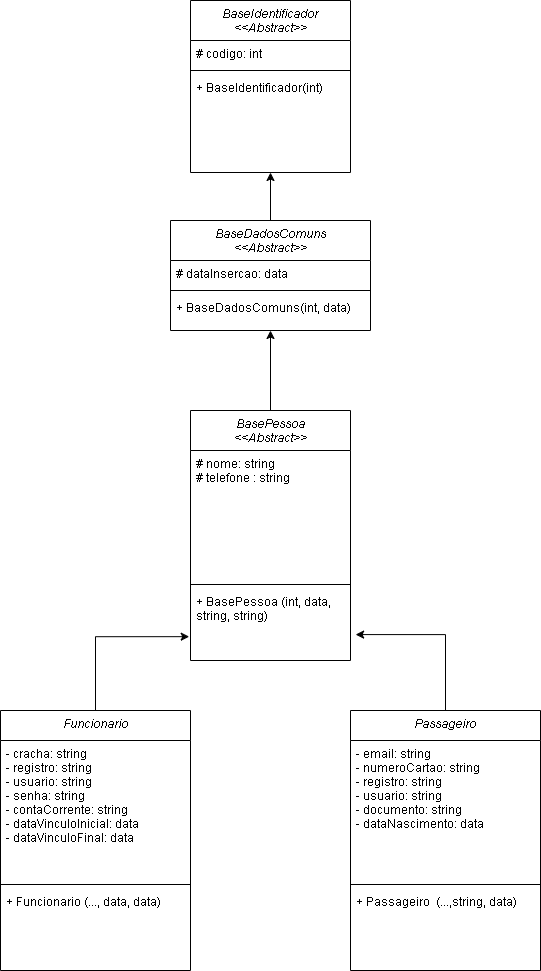
Above: DIAGRAMA ATIVIDADE 04.drawio.png in LipeCoelho21/atividade-04 (draw.io), before the change. Source tidied: cells renumbered, new cells last; positions are measured from the earlier drawing's top-left corner, leaving out a move shared by most shapes.
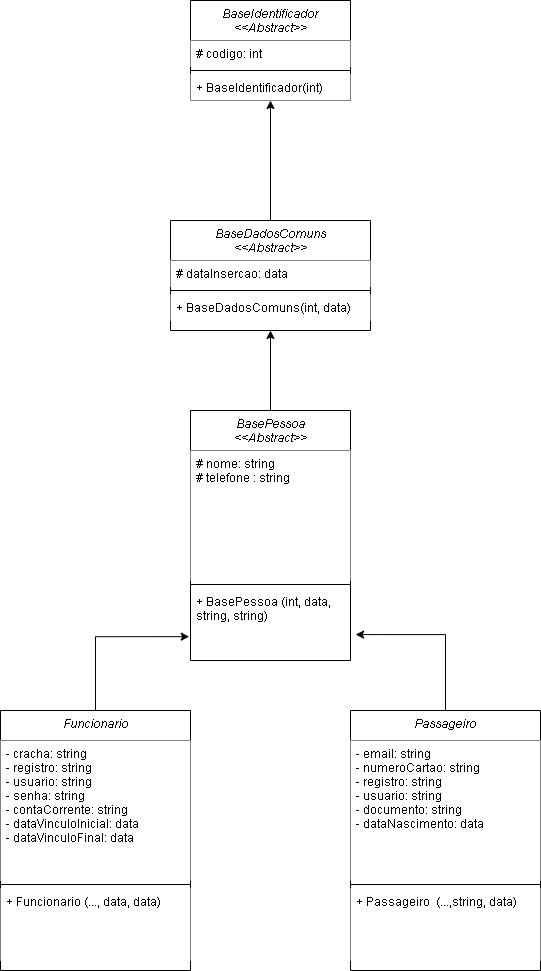
After the commit.

Change to the diagram source:
```diff
@@ -2,31 +2,31 @@
   <root>
     <mxCell id="0" />
     <mxCell id="1" parent="0" />
-    <mxCell id="2" value="BaseIdentificador&#10;&lt;&lt;Abstract&gt;&gt;" style="swimlane;fontStyle=2;align=center;verticalAlign=top;horizontal=1;startSize=40;rounded=0;shadow=0;strokeWidth=1;" parent="1" vertex="1">
-      <mxGeometry x="190" width="160" height="172" as="geometry" />
+    <mxCell id="2" value="BaseIdentificador&#10;&lt;&lt;Abstract&gt;&gt;" style="swimlane;fontStyle=2;align=center;verticalAlign=top;horizontal=1;startSize=40;rounded=0;shadow=0;strokeWidth=1;fillColor=default;strokeColor=default;fillStyle=solid;" parent="1" vertex="1">
+      <mxGeometry x="190" width="160" height="100" as="geometry" />
     </mxCell>
-    <mxCell id="3" value="# codigo: int" style="text;align=left;verticalAlign=top;spacingLeft=4;spacingRight=4;overflow=hidden;" parent="2" vertex="1">
+    <mxCell id="3" value="# codigo: int" style="text;align=left;verticalAlign=top;spacingLeft=4;spacingRight=4;overflow=hidden;fillColor=default;strokeColor=none;fillStyle=solid;" parent="2" vertex="1">
       <mxGeometry y="40" width="160" height="26" as="geometry" />
     </mxCell>
-    <mxCell id="4" style="line;html=1;strokeWidth=1;align=left;verticalAlign=middle;spacingTop=-1;spacingLeft=3;spacingRight=3;labelPosition=right;" parent="2" vertex="1">
+    <mxCell id="4" style="line;html=1;strokeWidth=1;align=left;verticalAlign=middle;spacingTop=-1;spacingLeft=3;spacingRight=3;labelPosition=right;fillColor=default;strokeColor=default;fillStyle=solid;" parent="2" vertex="1">
       <mxGeometry y="66" width="160" height="8" as="geometry" />
     </mxCell>
-    <mxCell id="5" value="+ BaseIdentificador(int)" style="text;align=left;verticalAlign=top;spacingLeft=4;spacingRight=4;overflow=hidden;" parent="2" vertex="1">
+    <mxCell id="5" value="+ BaseIdentificador(int)" style="text;align=left;verticalAlign=top;spacingLeft=4;spacingRight=4;overflow=hidden;fillColor=default;strokeColor=none;fillStyle=solid;" parent="2" vertex="1">
       <mxGeometry y="74" width="160" height="26" as="geometry" />
     </mxCell>
     <mxCell id="6" style="edgeStyle=orthogonalEdgeStyle;rounded=0;jettySize=auto;html=1;exitX=0.5;exitY=0;exitDx=0;exitDy=0;entryX=0.5;entryY=1;entryDx=0;entryDy=0;" parent="1" edge="1" source="7" target="2">
       <mxGeometry relative="1" as="geometry" />
     </mxCell>
-    <mxCell id="7" value="BaseDadosComuns&#10;&lt;&lt;Abstract&gt;&gt;" style="swimlane;fontStyle=2;align=center;verticalAlign=top;horizontal=1;startSize=40;rounded=0;shadow=0;strokeWidth=1;" parent="1" vertex="1">
+    <mxCell id="7" value="BaseDadosComuns&#10;&lt;&lt;Abstract&gt;&gt;" style="swimlane;fontStyle=2;align=center;verticalAlign=top;horizontal=1;startSize=40;rounded=0;shadow=0;strokeWidth=1;fillColor=default;strokeColor=default;swimlaneLine=1;perimeterSpacing=0;" parent="1" vertex="1">
       <mxGeometry x="170" y="220" width="200" height="110" as="geometry" />
     </mxCell>
-    <mxCell id="8" value="# dataInsercao: data&#10;" style="text;align=left;verticalAlign=top;spacingLeft=4;spacingRight=4;overflow=hidden;" parent="7" vertex="1">
+    <mxCell id="8" value="# dataInsercao: data&#10;" style="text;align=left;verticalAlign=top;spacingLeft=4;spacingRight=4;overflow=hidden;fillColor=default;strokeColor=none;" parent="7" vertex="1">
       <mxGeometry y="40" width="200" height="26" as="geometry" />
     </mxCell>
-    <mxCell id="9" style="line;html=1;strokeWidth=1;align=left;verticalAlign=middle;spacingTop=-1;spacingLeft=3;spacingRight=3;labelPosition=right;" parent="7" vertex="1">
+    <mxCell id="9" style="line;html=1;strokeWidth=1;align=left;verticalAlign=middle;spacingTop=-1;spacingLeft=3;spacingRight=3;labelPosition=right;fillColor=default;strokeColor=#000000;" parent="7" vertex="1">
       <mxGeometry y="66" width="200" height="8" as="geometry" />
     </mxCell>
-    <mxCell id="10" value="+ BaseDadosComuns(int, data)" style="text;align=left;verticalAlign=top;spacingLeft=4;spacingRight=4;overflow=hidden;" parent="7" vertex="1">
+    <mxCell id="10" value="+ BaseDadosComuns(int, data)" style="text;align=left;verticalAlign=top;spacingLeft=4;spacingRight=4;overflow=hidden;fillColor=default;strokeColor=none;" parent="7" vertex="1">
       <mxGeometry y="74" width="200" height="26" as="geometry" />
     </mxCell>
     <mxCell id="11" style="edgeStyle=orthogonalEdgeStyle;rounded=0;jettySize=auto;html=1;exitX=0.5;exitY=0;exitDx=0;exitDy=0;entryX=0.5;entryY=1;entryDx=0;entryDy=0;" parent="1" edge="1" source="12" target="7">
@@ -35,7 +35,7 @@
     <mxCell id="12" value="BasePessoa&#10;&lt;&lt;Abstract&gt;&gt;" style="swimlane;fontStyle=2;align=center;verticalAlign=top;horizontal=1;startSize=40;rounded=0;shadow=0;strokeWidth=1;" parent="1" vertex="1">
       <mxGeometry x="190" y="410" width="160" height="250" as="geometry" />
     </mxCell>
-    <mxCell id="13" value="# nome: string&#10;# telefone : string&#10;&#10;&#10;" style="text;align=left;verticalAlign=top;spacingLeft=4;spacingRight=4;overflow=hidden;" parent="12" vertex="1">
+    <mxCell id="13" value="# nome: string&#10;# telefone : string&#10;&#10;&#10;" style="text;align=left;verticalAlign=top;spacingLeft=4;spacingRight=4;overflow=hidden;fillColor=default;" parent="12" vertex="1">
       <mxGeometry y="40" width="160" height="130" as="geometry" />
     </mxCell>
     <mxCell id="14" style="line;html=1;strokeWidth=1;align=left;verticalAlign=middle;spacingTop=-1;spacingLeft=3;spacingRight=3;labelPosition=right;" parent="12" vertex="1">
@@ -50,13 +50,13 @@
     <mxCell id="17" value="Funcionario" style="swimlane;fontStyle=2;align=center;verticalAlign=top;horizontal=1;startSize=30;rounded=0;shadow=0;strokeWidth=1;" parent="1" vertex="1">
       <mxGeometry y="710" width="190" height="260" as="geometry" />
     </mxCell>
-    <mxCell id="18" value="- cracha: string&#10;- registro: string&#10;- usuario: string&#10;- senha: string&#10;- contaCorrente: string&#10;- dataVinculoInicial: data&#10;- dataVinculoFinal: data&#10;" style="text;align=left;verticalAlign=top;spacingLeft=4;spacingRight=4;overflow=hidden;" parent="17" vertex="1">
+    <mxCell id="18" value="- cracha: string&#10;- registro: string&#10;- usuario: string&#10;- senha: string&#10;- contaCorrente: string&#10;- dataVinculoInicial: data&#10;- dataVinculoFinal: data&#10;" style="text;align=left;verticalAlign=top;spacingLeft=4;spacingRight=4;overflow=hidden;fillColor=default;" parent="17" vertex="1">
       <mxGeometry y="30" width="190" height="140" as="geometry" />
     </mxCell>
     <mxCell id="19" style="line;html=1;strokeWidth=1;align=left;verticalAlign=middle;spacingTop=-1;spacingLeft=3;spacingRight=3;labelPosition=right;" parent="17" vertex="1">
       <mxGeometry y="170" width="190" height="8" as="geometry" />
     </mxCell>
-    <mxCell id="20" value="+ Funcionario (..., data, data)" style="text;align=left;verticalAlign=top;spacingLeft=4;spacingRight=4;overflow=hidden;" parent="17" vertex="1">
+    <mxCell id="20" value="+ Funcionario (..., data, data)" style="text;align=left;verticalAlign=top;spacingLeft=4;spacingRight=4;overflow=hidden;fillColor=default;fillStyle=auto;" parent="17" vertex="1">
       <mxGeometry y="178" width="190" height="72" as="geometry" />
     </mxCell>
     <mxCell id="21" style="edgeStyle=orthogonalEdgeStyle;rounded=0;jettySize=auto;html=1;entryX=1.032;entryY=0.64;entryDx=0;entryDy=0;entryPerimeter=0;" parent="1" edge="1" source="22" target="15">
@@ -65,13 +65,13 @@
     <mxCell id="22" value="Passageiro" style="swimlane;fontStyle=2;align=center;verticalAlign=top;horizontal=1;startSize=30;rounded=0;shadow=0;strokeWidth=1;" parent="1" vertex="1">
       <mxGeometry x="350" y="710" width="190" height="260" as="geometry" />
     </mxCell>
-    <mxCell id="23" value="- email: string&#10;- numeroCartao: string&#10;- registro: string&#10;- usuario: string&#10;- documento: string&#10;- dataNascimento: data&#10;" style="text;align=left;verticalAlign=top;spacingLeft=4;spacingRight=4;overflow=hidden;" parent="22" vertex="1">
+    <mxCell id="23" value="- email: string&#10;- numeroCartao: string&#10;- registro: string&#10;- usuario: string&#10;- documento: string&#10;- dataNascimento: data&#10;" style="text;align=left;verticalAlign=top;spacingLeft=4;spacingRight=4;overflow=hidden;fillColor=default;" parent="22" vertex="1">
       <mxGeometry y="30" width="190" height="140" as="geometry" />
     </mxCell>
     <mxCell id="24" style="line;html=1;strokeWidth=1;align=left;verticalAlign=middle;spacingTop=-1;spacingLeft=3;spacingRight=3;labelPosition=right;" parent="22" vertex="1">
       <mxGeometry y="170" width="190" height="8" as="geometry" />
     </mxCell>
-    <mxCell id="25" value="+ Passageiro  (...,string, data)" style="text;align=left;verticalAlign=top;spacingLeft=4;spacingRight=4;overflow=hidden;" parent="22" vertex="1">
+    <mxCell id="25" value="+ Passageiro  (...,string, data)" style="text;align=left;verticalAlign=top;spacingLeft=4;spacingRight=4;overflow=hidden;fillColor=default;" parent="22" vertex="1">
       <mxGeometry y="178" width="190" height="72" as="geometry" />
     </mxCell>
   </root>
```
